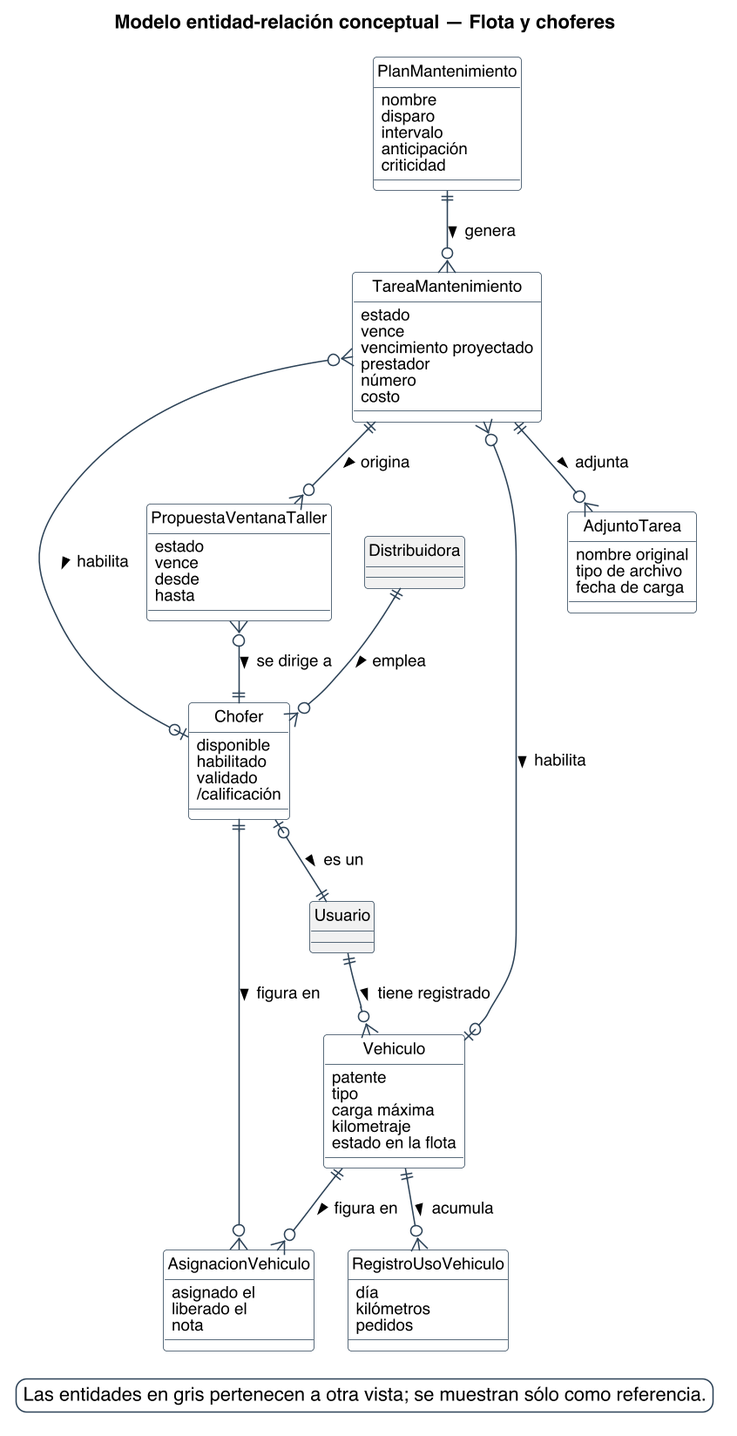
The PlantUML diagram diagramas/base-de-datos/conceptual/SPLG-der-04-flota-y-choferes.png in Nahuelito-Dev/splg-docs, before a commit. Its diagram source:
```plantuml
@startuml
title Modelo entidad-relación conceptual — Flota y choferes
skinparam backgroundColor #FFFFFF
skinparam shadowing false
skinparam defaultFontName Helvetica
skinparam defaultFontSize 12
skinparam dpi 150
skinparam class {
  BorderColor #2C4257
  BackgroundColor #FFFFFF
  ArrowColor #2C4257
  FontSize 12
}
skinparam entity<<ajena>> {
  BackgroundColor #F1F1F1
  BorderColor #8A97A3
  FontColor #55616C
}
skinparam class<<propuesto>> {
  BorderColor #1F5E8C
  BackgroundColor #E4EDF4
}
skinparam legendBackgroundColor #FFFFFF
skinparam legendBorderColor #2C4257

hide circle

skinparam nodesep 25
skinparam ranksep 45

entity Chofer {
  {field} disponible
  {field} habilitado
  {field} validado
  {field} /calificación
}
entity Vehiculo {
  {field} patente
  {field} tipo
  {field} carga máxima
  {field} kilometraje
  {field} estado en la flota
}
entity AsignacionVehiculo {
  {field} asignado el
  {field} liberado el
  {field} nota
}
entity PlanMantenimiento {
  {field} nombre
  {field} disparo
  {field} intervalo
  {field} anticipación
  {field} criticidad
}
entity TareaMantenimiento {
  {field} estado
  {field} vence
  {field} vencimiento proyectado
  {field} prestador
  {field} número
  {field} costo
}
entity AdjuntoTarea {
  {field} nombre original
  {field} tipo de archivo
  {field} fecha de carga
}
entity PropuestaVentanaTaller {
  {field} estado
  {field} vence
  {field} desde
  {field} hasta
}
entity RegistroUsoVehiculo {
  {field} día
  {field} kilómetros
  {field} pedidos
}
entity Usuario #F1F1F1 {
}
entity Distribuidora #F1F1F1 {
}

Usuario ||--o{ Vehiculo : tiene registrado >
Distribuidora ||--o{ Chofer : emplea >
Chofer |o--|| Usuario : es un >
TareaMantenimiento }o--o| Vehiculo : habilita >
TareaMantenimiento }o--o| Chofer : habilita >
PlanMantenimiento ||--o{ TareaMantenimiento : genera >
Vehiculo ||--o{ AsignacionVehiculo : figura en >
Chofer ||--o{ AsignacionVehiculo : figura en >
Vehiculo ||--o{ RegistroUsoVehiculo : acumula >
TareaMantenimiento ||--o{ AdjuntoTarea : adjunta >
PropuestaVentanaTaller }o--|| Chofer : se dirige a >
TareaMantenimiento ||--o{ PropuestaVentanaTaller : origina >

legend bottom right
  Las entidades en gris pertenecen a otra vista; se muestran sólo como referencia.
endlegend
@enduml
```
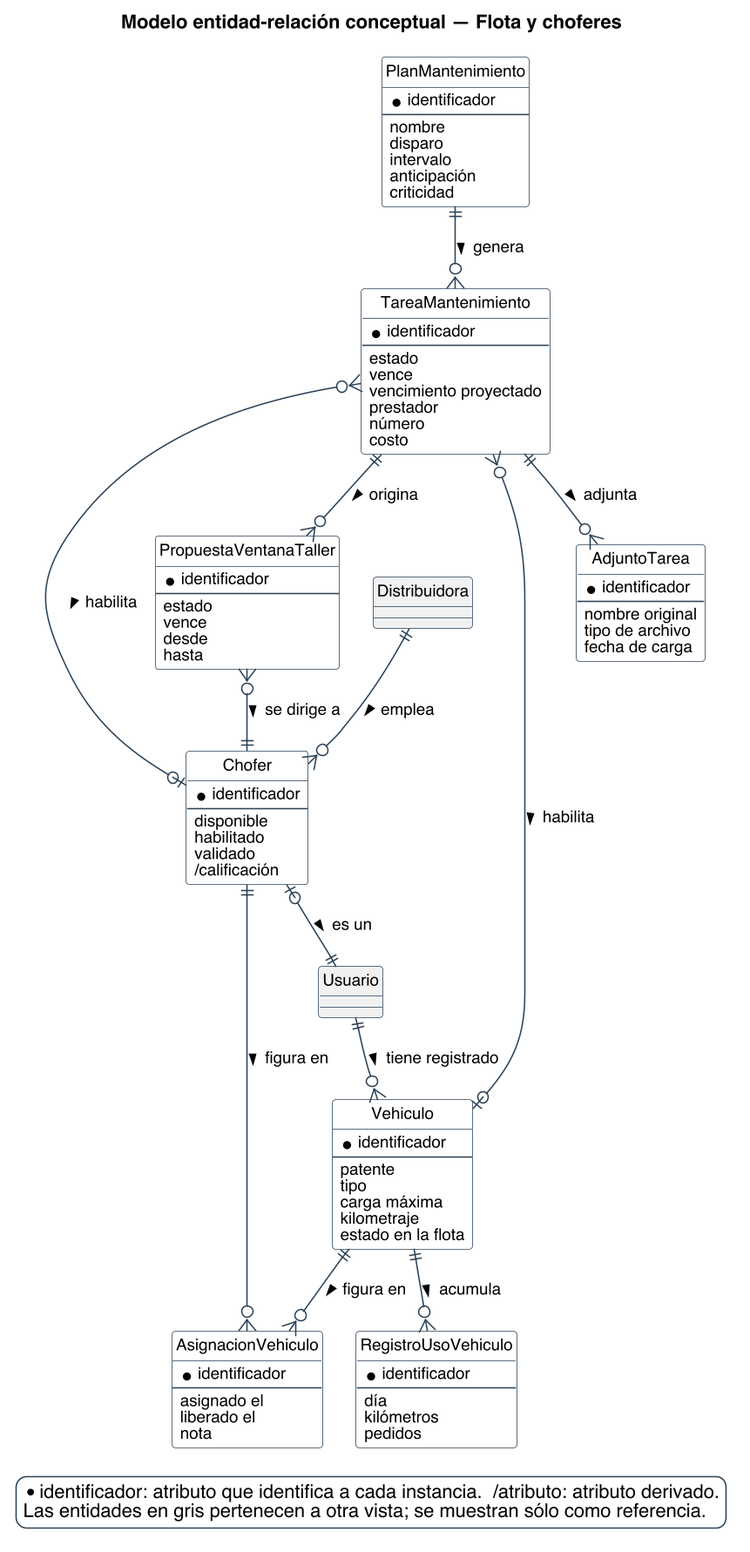
The same file after the commit.

What changed in the source:
```diff
@@ -29,12 +29,16 @@
 skinparam ranksep 45
 
 entity Chofer {
+  * identificador
+  --
   {field} disponible
   {field} habilitado
   {field} validado
   {field} /calificación
 }
 entity Vehiculo {
+  * identificador
+  --
   {field} patente
   {field} tipo
   {field} carga máxima
@@ -42,11 +46,15 @@
   {field} estado en la flota
 }
 entity AsignacionVehiculo {
+  * identificador
+  --
   {field} asignado el
   {field} liberado el
   {field} nota
 }
 entity PlanMantenimiento {
+  * identificador
+  --
   {field} nombre
   {field} disparo
   {field} intervalo
@@ -54,6 +62,8 @@
   {field} criticidad
 }
 entity TareaMantenimiento {
+  * identificador
+  --
   {field} estado
   {field} vence
   {field} vencimiento proyectado
@@ -62,17 +72,23 @@
   {field} costo
 }
 entity AdjuntoTarea {
+  * identificador
+  --
   {field} nombre original
   {field} tipo de archivo
   {field} fecha de carga
 }
 entity PropuestaVentanaTaller {
+  * identificador
+  --
   {field} estado
   {field} vence
   {field} desde
   {field} hasta
 }
 entity RegistroUsoVehiculo {
+  * identificador
+  --
   {field} día
   {field} kilómetros
   {field} pedidos
@@ -96,6 +112,7 @@
 TareaMantenimiento ||--o{ PropuestaVentanaTaller : origina >
 
 legend bottom right
+  * identificador: atributo que identifica a cada instancia.  /atributo: atributo derivado.
   Las entidades en gris pertenecen a otra vista; se muestran sólo como referencia.
 endlegend
 @enduml
```
